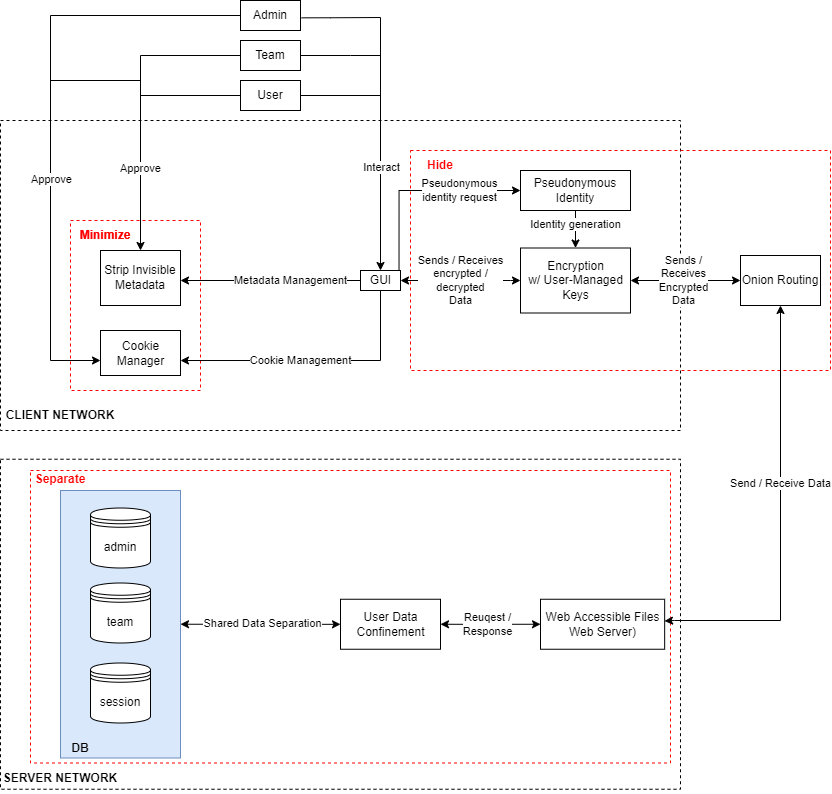
The draw.io diagram Architectural_Requirements_Data_oriented.drawio.png in claudialorusso/CivicSense, before a commit. Source tidied: cells renumbered, new cells last; positions are measured from the earlier drawing's top-left corner, leaving out a move shared by most shapes. Source of this version:
```xml
<mxGraphModel>
  <root>
    <mxCell id="0" />
    <mxCell id="1" parent="0" />
    <mxCell id="2" style="horizontal=0;dashed=1;fontColor=#000000;strokeColor=#000000;fillColor=default;" parent="1" vertex="1">
      <mxGeometry y="458.8" width="680" height="330" as="geometry" />
    </mxCell>
    <mxCell id="3" style="rounded=0;whiteSpace=wrap;html=1;fillColor=none;dashed=1;strokeColor=#FF0000;" parent="1" vertex="1">
      <mxGeometry x="30" y="470" width="640" height="292.5" as="geometry" />
    </mxCell>
    <mxCell id="4" style="rounded=0;whiteSpace=wrap;html=1;strokeColor=#6c8ebf;fillColor=#dae8fc;" parent="1" vertex="1">
      <mxGeometry x="60" y="490" width="120" height="267.5" as="geometry" />
    </mxCell>
    <mxCell id="5" style="horizontal=0;dashed=1;fontColor=#000000;strokeColor=#000000;fillColor=default;" parent="1" vertex="1">
      <mxGeometry y="120" width="680" height="310" as="geometry" />
    </mxCell>
    <mxCell id="6" style="rounded=0;whiteSpace=wrap;html=1;fillColor=none;dashed=1;strokeColor=#FF0000;" parent="1" vertex="1">
      <mxGeometry x="70" y="220" width="130" height="170" as="geometry" />
    </mxCell>
    <mxCell id="7" style="rounded=0;whiteSpace=wrap;html=1;fillColor=none;dashed=1;strokeColor=#FF0000;" parent="1" vertex="1">
      <mxGeometry x="410" y="150" width="420" height="220" as="geometry" />
    </mxCell>
    <mxCell id="8" style="edgeStyle=orthogonalEdgeStyle;rounded=0;jettySize=auto;html=1;" parent="1" edge="1" source="14">
      <mxGeometry relative="1" as="geometry">
        <mxPoint x="180" y="280" as="targetPoint" />
        <Array as="points">
          <mxPoint x="180" y="280" />
        </Array>
      </mxGeometry>
    </mxCell>
    <mxCell id="9" value="Metadata Management" style="edgeLabel;html=1;align=center;verticalAlign=middle;" parent="8" vertex="1">
      <mxGeometry x="-0.35" relative="1" as="geometry">
        <mxPoint x="-12" as="offset" />
      </mxGeometry>
    </mxCell>
    <mxCell id="10" style="edgeStyle=orthogonalEdgeStyle;rounded=0;jettySize=auto;html=1;fontColor=#000000;endArrow=classic;endFill=1;startSize=6;endSize=6;startArrow=classic;startFill=1;exitX=1;exitY=0.5;exitDx=0;exitDy=0;entryX=0;entryY=0.5;entryDx=0;entryDy=0;" parent="1" edge="1" source="14" target="16">
      <mxGeometry relative="1" as="geometry">
        <Array as="points">
          <mxPoint x="510" y="280" />
          <mxPoint x="510" y="280" />
        </Array>
      </mxGeometry>
    </mxCell>
    <mxCell id="11" value="Sends / Receives&lt;br&gt;encrypted /&lt;br&gt;decrypted&lt;br&gt;Data" style="edgeLabel;html=1;align=center;verticalAlign=middle;fontColor=#000000;" parent="10" vertex="1">
      <mxGeometry x="-0.15" y="1" relative="1" as="geometry">
        <mxPoint x="9" y="1" as="offset" />
      </mxGeometry>
    </mxCell>
    <mxCell id="12" style="edgeStyle=orthogonalEdgeStyle;rounded=0;jettySize=auto;html=1;fontColor=#000000;startArrow=none;startFill=0;endArrow=classic;endFill=1;startSize=6;endSize=6;entryX=1;entryY=0.667;entryDx=0;entryDy=0;entryPerimeter=0;" parent="1" edge="1" source="14" target="15">
      <mxGeometry relative="1" as="geometry">
        <Array as="points">
          <mxPoint x="380" y="360" />
        </Array>
      </mxGeometry>
    </mxCell>
    <mxCell id="13" value="Cookie Management" style="edgeLabel;html=1;align=center;verticalAlign=middle;fontColor=#000000;" parent="12" vertex="1">
      <mxGeometry x="0.23" relative="1" as="geometry">
        <mxPoint x="15" as="offset" />
      </mxGeometry>
    </mxCell>
    <mxCell id="14" value="GUI" style="html=1;" parent="1" vertex="1">
      <mxGeometry x="360" y="270" width="40" height="20" as="geometry" />
    </mxCell>
    <mxCell id="15" value="Cookie&lt;br&gt;Manager" style="html=1;" parent="1" vertex="1">
      <mxGeometry x="100" y="330" width="80" height="45" as="geometry" />
    </mxCell>
    <mxCell id="16" value="Encryption&lt;br&gt;w/ User-Managed&lt;br&gt;Keys" style="html=1;" parent="1" vertex="1">
      <mxGeometry x="520" y="247.5" width="110" height="65" as="geometry" />
    </mxCell>
    <mxCell id="17" style="edgeStyle=orthogonalEdgeStyle;rounded=0;jettySize=auto;html=1;fontColor=#000000;startArrow=classic;startFill=1;endArrow=classic;endFill=1;startSize=6;endSize=6;" parent="1" edge="1" source="19" target="4">
      <mxGeometry relative="1" as="geometry" />
    </mxCell>
    <mxCell id="18" value="Shared Data Separation" style="edgeLabel;html=1;align=center;verticalAlign=middle;fontColor=#000000;" parent="17" vertex="1">
      <mxGeometry x="0.39" y="1" relative="1" as="geometry">
        <mxPoint x="32" y="-2" as="offset" />
      </mxGeometry>
    </mxCell>
    <mxCell id="19" value="User Data&lt;br&gt;Confinement" style="html=1;" parent="1" vertex="1">
      <mxGeometry x="340" y="598.8" width="100" height="50" as="geometry" />
    </mxCell>
    <mxCell id="20" value="Strip Invisible Metadata" style="rounded=0;whiteSpace=wrap;html=1;" parent="1" vertex="1">
      <mxGeometry x="100" y="250" width="80" height="55" as="geometry" />
    </mxCell>
    <mxCell id="21" style="edgeStyle=orthogonalEdgeStyle;rounded=0;jettySize=auto;html=1;fontColor=#FF0000;endArrow=none;endFill=0;" parent="1" edge="1" source="23">
      <mxGeometry relative="1" as="geometry">
        <mxPoint x="380" y="95" as="targetPoint" />
        <Array as="points">
          <mxPoint x="380" y="95" />
        </Array>
      </mxGeometry>
    </mxCell>
    <mxCell id="22" style="edgeStyle=orthogonalEdgeStyle;rounded=0;jettySize=auto;html=1;fontColor=#FF0000;endArrow=none;endFill=0;startSize=6;endSize=6;" parent="1" edge="1" source="23">
      <mxGeometry relative="1" as="geometry">
        <mxPoint x="140" y="100" as="targetPoint" />
        <Array as="points">
          <mxPoint x="140" y="95" />
        </Array>
      </mxGeometry>
    </mxCell>
    <mxCell id="23" value="User" style="rounded=0;whiteSpace=wrap;html=1;" parent="1" vertex="1">
      <mxGeometry x="240" y="80" width="60" height="30" as="geometry" />
    </mxCell>
    <mxCell id="24" style="edgeStyle=orthogonalEdgeStyle;rounded=0;jettySize=auto;html=1;fontColor=#FF0000;endArrow=classic;endFill=1;entryX=0.5;entryY=0;entryDx=0;entryDy=0;exitX=1.018;exitY=0.578;exitDx=0;exitDy=0;exitPerimeter=0;" parent="1" edge="1" source="27" target="14">
      <mxGeometry relative="1" as="geometry">
        <Array as="points">
          <mxPoint x="330" y="17" />
          <mxPoint x="380" y="17" />
        </Array>
      </mxGeometry>
    </mxCell>
    <mxCell id="25" value="Interact" style="edgeLabel;html=1;align=center;verticalAlign=middle;fontColor=#000000;" parent="24" vertex="1">
      <mxGeometry x="0.37" y="1" relative="1" as="geometry" />
    </mxCell>
    <mxCell id="26" style="edgeStyle=orthogonalEdgeStyle;rounded=0;jettySize=auto;html=1;fontColor=#FF0000;endArrow=none;endFill=0;startSize=6;endSize=6;" parent="1" edge="1" source="27">
      <mxGeometry relative="1" as="geometry">
        <mxPoint x="50" y="180" as="targetPoint" />
      </mxGeometry>
    </mxCell>
    <mxCell id="27" value="Admin" style="rounded=0;whiteSpace=wrap;html=1;" parent="1" vertex="1">
      <mxGeometry x="240" width="60" height="30" as="geometry" />
    </mxCell>
    <mxCell id="28" style="edgeStyle=orthogonalEdgeStyle;rounded=0;jettySize=auto;html=1;exitX=0;exitY=0.5;exitDx=0;exitDy=0;" parent="1" edge="1" source="31">
      <mxGeometry relative="1" as="geometry">
        <mxPoint x="140" y="250" as="targetPoint" />
        <Array as="points">
          <mxPoint x="140" y="55" />
        </Array>
      </mxGeometry>
    </mxCell>
    <mxCell id="29" value="Approve" style="edgeLabel;html=1;align=center;verticalAlign=middle;" parent="28" vertex="1">
      <mxGeometry x="0.3" relative="1" as="geometry">
        <mxPoint y="20" as="offset" />
      </mxGeometry>
    </mxCell>
    <mxCell id="30" style="edgeStyle=orthogonalEdgeStyle;rounded=0;jettySize=auto;html=1;exitX=1;exitY=0.5;exitDx=0;exitDy=0;fontColor=#FF0000;endArrow=none;endFill=0;" parent="1" edge="1" source="31">
      <mxGeometry relative="1" as="geometry">
        <mxPoint x="380" y="55" as="targetPoint" />
        <Array as="points">
          <mxPoint x="350" y="55" />
          <mxPoint x="350" y="55" />
        </Array>
      </mxGeometry>
    </mxCell>
    <mxCell id="31" value="Team" style="rounded=0;whiteSpace=wrap;html=1;" parent="1" vertex="1">
      <mxGeometry x="240" y="40" width="60" height="30" as="geometry" />
    </mxCell>
    <mxCell id="32" style="edgeStyle=elbowEdgeStyle;rounded=0;orthogonalLoop=1;jettySize=auto;html=1;entryX=0;entryY=0.5;entryDx=0;entryDy=0;" parent="1" edge="1" source="23" target="23">
      <mxGeometry relative="1" as="geometry" />
    </mxCell>
    <mxCell id="33" style="endArrow=classic;html=1;rounded=0;" parent="1" edge="1">
      <mxGeometry relative="1" as="geometry">
        <mxPoint x="50" y="360" as="sourcePoint" />
        <mxPoint x="100" y="360" as="targetPoint" />
      </mxGeometry>
    </mxCell>
    <mxCell id="34" style="endArrow=none;html=1;rounded=0;" parent="1" edge="1">
      <mxGeometry relative="1" as="geometry">
        <mxPoint x="50" y="360" as="sourcePoint" />
        <mxPoint x="50" y="160" as="targetPoint" />
      </mxGeometry>
    </mxCell>
    <mxCell id="35" value="&lt;font color=&quot;#000000&quot;&gt;Approve&lt;/font&gt;" style="edgeLabel;html=1;align=center;verticalAlign=middle;fontColor=#FF0000;" parent="34" vertex="1">
      <mxGeometry x="0.82" y="-1" relative="1" as="geometry" />
    </mxCell>
    <mxCell id="36" style="endArrow=none;html=1;rounded=0;" parent="1" edge="1">
      <mxGeometry relative="1" as="geometry">
        <mxPoint x="50" y="80" as="sourcePoint" />
        <mxPoint x="140" y="80" as="targetPoint" />
      </mxGeometry>
    </mxCell>
    <mxCell id="37" value="&lt;b&gt;&lt;font color=&quot;#ff0000&quot;&gt;Minimize&lt;/font&gt;&lt;/b&gt;" style="text;html=1;strokeColor=none;fillColor=none;align=center;verticalAlign=middle;whiteSpace=wrap;rounded=0;dashed=1;" parent="1" vertex="1">
      <mxGeometry x="75" y="220" width="60" height="30" as="geometry" />
    </mxCell>
    <mxCell id="38" style="edgeStyle=orthogonalEdgeStyle;rounded=0;jettySize=auto;html=1;fontColor=#000000;startArrow=classic;startFill=1;endArrow=classic;endFill=1;startSize=6;endSize=6;entryX=0.999;entryY=0.435;entryDx=0;entryDy=0;entryPerimeter=0;" parent="1" edge="1" source="40" target="56">
      <mxGeometry relative="1" as="geometry">
        <Array as="points">
          <mxPoint x="780" y="620" />
          <mxPoint x="674" y="620" />
        </Array>
      </mxGeometry>
    </mxCell>
    <mxCell id="39" value="Send / Receive Data" style="edgeLabel;html=1;align=center;verticalAlign=middle;fontColor=#000000;" parent="38" vertex="1">
      <mxGeometry x="-0.18" relative="1" as="geometry" />
    </mxCell>
    <mxCell id="40" value="Onion Routing" style="rounded=0;whiteSpace=wrap;html=1;fontColor=#000000;strokeColor=#000000;fillColor=default;" parent="1" vertex="1">
      <mxGeometry x="740" y="255" width="80" height="50" as="geometry" />
    </mxCell>
    <mxCell id="41" style="edgeStyle=orthogonalEdgeStyle;rounded=0;jettySize=auto;html=1;fontColor=#000000;startArrow=classic;startFill=1;endArrow=none;endFill=0;startSize=6;endSize=6;entryX=0.963;entryY=-0.036;entryDx=0;entryDy=0;entryPerimeter=0;" parent="1" edge="1" source="45" target="14">
      <mxGeometry relative="1" as="geometry" />
    </mxCell>
    <mxCell id="42" value="Pseudonymous&lt;br&gt;identity request" style="edgeLabel;html=1;align=center;verticalAlign=middle;fontColor=#000000;" parent="41" vertex="1">
      <mxGeometry x="-0.92" y="-1" relative="1" as="geometry">
        <mxPoint x="-53" y="1" as="offset" />
      </mxGeometry>
    </mxCell>
    <mxCell id="43" style="edgeStyle=orthogonalEdgeStyle;rounded=0;jettySize=auto;html=1;entryX=0.5;entryY=0;entryDx=0;entryDy=0;fontColor=#000000;startArrow=none;startFill=0;endArrow=classic;endFill=1;startSize=6;endSize=6;" parent="1" edge="1" source="45" target="16">
      <mxGeometry relative="1" as="geometry" />
    </mxCell>
    <mxCell id="44" value="Identity generation" style="edgeLabel;html=1;align=center;verticalAlign=middle;fontColor=#000000;" parent="43" vertex="1">
      <mxGeometry x="-0.81" y="1" relative="1" as="geometry">
        <mxPoint x="-1" y="10" as="offset" />
      </mxGeometry>
    </mxCell>
    <mxCell id="45" value="Pseudonymous&lt;br&gt;Identity" style="rounded=0;whiteSpace=wrap;html=1;fontColor=#000000;strokeColor=#000000;fillColor=default;" parent="1" vertex="1">
      <mxGeometry x="520" y="170" width="110" height="40" as="geometry" />
    </mxCell>
    <mxCell id="46" style="edgeStyle=orthogonalEdgeStyle;rounded=0;jettySize=auto;html=1;fontColor=#000000;endArrow=classic;endFill=1;startSize=6;endSize=6;startArrow=classic;startFill=1;exitX=1;exitY=0.5;exitDx=0;exitDy=0;entryX=0;entryY=0.5;entryDx=0;entryDy=0;" parent="1" edge="1" source="16" target="40">
      <mxGeometry relative="1" as="geometry" />
    </mxCell>
    <mxCell id="47" value="Sends /&lt;br&gt;Receives&lt;br&gt;Encrypted&lt;br&gt;Data" style="edgeLabel;html=1;align=center;verticalAlign=middle;fontColor=#000000;" parent="46" vertex="1">
      <mxGeometry x="-0.15" y="1" relative="1" as="geometry">
        <mxPoint x="6" y="1" as="offset" />
      </mxGeometry>
    </mxCell>
    <mxCell id="48" value="session" style="shape=datastore;whiteSpace=wrap;html=1;fontColor=#000000;strokeColor=#000000;fillColor=default;" parent="1" vertex="1">
      <mxGeometry x="90" y="662.5" width="60" height="60" as="geometry" />
    </mxCell>
    <mxCell id="49" value="team" style="shape=datastore;whiteSpace=wrap;html=1;fontColor=#000000;strokeColor=#000000;fillColor=default;" parent="1" vertex="1">
      <mxGeometry x="90" y="582.5" width="60" height="60" as="geometry" />
    </mxCell>
    <mxCell id="50" value="admin" style="shape=datastore;whiteSpace=wrap;html=1;fontColor=#000000;strokeColor=#000000;fillColor=default;" parent="1" vertex="1">
      <mxGeometry x="90" y="507.5" width="60" height="60" as="geometry" />
    </mxCell>
    <mxCell id="51" value="&lt;b&gt;&lt;font color=&quot;#ff0000&quot;&gt;Hide&lt;/font&gt;&lt;/b&gt;" style="text;html=1;strokeColor=none;fillColor=none;align=center;verticalAlign=middle;whiteSpace=wrap;rounded=0;fontColor=#000000;" parent="1" vertex="1">
      <mxGeometry x="410" y="150" width="60" height="30" as="geometry" />
    </mxCell>
    <mxCell id="52" value="&lt;b&gt;CLIENT NETWORK&lt;/b&gt;" style="text;html=1;strokeColor=none;fillColor=none;align=center;verticalAlign=middle;whiteSpace=wrap;rounded=0;dashed=1;fontColor=#000000;" parent="1" vertex="1">
      <mxGeometry y="400" width="120" height="30" as="geometry" />
    </mxCell>
    <mxCell id="53" value="&lt;b&gt;DB&lt;/b&gt;" style="text;html=1;strokeColor=none;fillColor=none;align=center;verticalAlign=middle;whiteSpace=wrap;rounded=0;fontColor=#000000;" parent="1" vertex="1">
      <mxGeometry x="50" y="732.5" width="60" height="30" as="geometry" />
    </mxCell>
    <mxCell id="54" style="edgeStyle=orthogonalEdgeStyle;rounded=0;jettySize=auto;html=1;fontColor=#000000;startArrow=classic;startFill=1;endArrow=classic;endFill=1;startSize=6;endSize=6;exitX=0;exitY=0.5;exitDx=0;exitDy=0;entryX=1;entryY=0.5;entryDx=0;entryDy=0;" parent="1" edge="1" source="56" target="19">
      <mxGeometry relative="1" as="geometry">
        <Array as="points">
          <mxPoint x="470" y="624" />
        </Array>
      </mxGeometry>
    </mxCell>
    <mxCell id="55" value="Reuqest /&lt;br&gt;Response" style="edgeLabel;html=1;align=center;verticalAlign=middle;fontColor=#000000;" parent="54" vertex="1">
      <mxGeometry x="0.22" relative="1" as="geometry">
        <mxPoint x="7" as="offset" />
      </mxGeometry>
    </mxCell>
    <mxCell id="56" value="Web Accessible Files&lt;br&gt;Web Server)" style="html=1;" parent="1" vertex="1">
      <mxGeometry x="540" y="598.8" width="124.2" height="50" as="geometry" />
    </mxCell>
    <mxCell id="57" value="&lt;b&gt;SERVER NETWORK&lt;/b&gt;" style="text;html=1;strokeColor=none;fillColor=none;align=center;verticalAlign=middle;whiteSpace=wrap;rounded=0;dashed=1;fontColor=#000000;" parent="1" vertex="1">
      <mxGeometry y="762.5" width="120" height="30" as="geometry" />
    </mxCell>
    <mxCell id="58" value="&lt;b&gt;&lt;font color=&quot;#ff0000&quot;&gt;Minimize&lt;/font&gt;&lt;/b&gt;" style="text;html=1;strokeColor=none;fillColor=none;align=center;verticalAlign=middle;whiteSpace=wrap;rounded=0;dashed=1;" parent="1" vertex="1">
      <mxGeometry x="75" y="220" width="60" height="30" as="geometry" />
    </mxCell>
    <mxCell id="59" value="&lt;b&gt;&lt;font color=&quot;#ff0000&quot;&gt;Separate&lt;/font&gt;&lt;/b&gt;" style="text;html=1;strokeColor=none;fillColor=none;align=center;verticalAlign=middle;whiteSpace=wrap;rounded=0;dashed=1;" parent="1" vertex="1">
      <mxGeometry x="30" y="464" width="60" height="30" as="geometry" />
    </mxCell>
  </root>
</mxGraphModel>
```
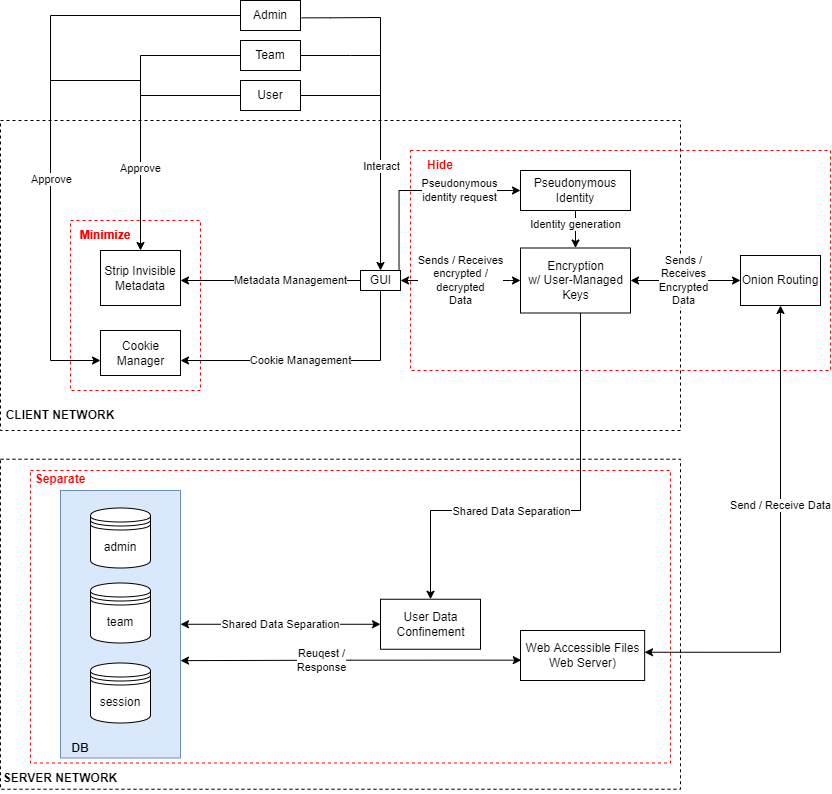
The same diagram one commit later.

The edit, as a diff of the source:
```diff
@@ -64,19 +64,32 @@
     <mxCell id="15" value="Cookie&lt;br&gt;Manager" style="html=1;" parent="1" vertex="1">
       <mxGeometry x="100" y="330" width="80" height="45" as="geometry" />
     </mxCell>
+    <mxCell id="60" style="edgeStyle=orthogonalEdgeStyle;rounded=0;jettySize=auto;html=1;fontColor=#000000;startArrow=none;startFill=0;endArrow=classic;endFill=1;startSize=6;endSize=6;" parent="1" edge="1" source="16" target="19">
+      <mxGeometry relative="1" as="geometry">
+        <Array as="points">
+          <mxPoint x="580" y="510" />
+          <mxPoint x="430" y="510" />
+        </Array>
+      </mxGeometry>
+    </mxCell>
+    <mxCell id="61" value="Shared Data Separation" style="edgeLabel;html=1;align=center;verticalAlign=middle;fontColor=#000000;" parent="60" vertex="1">
+      <mxGeometry x="0.36" y="1" relative="1" as="geometry">
+        <mxPoint x="30" as="offset" />
+      </mxGeometry>
+    </mxCell>
     <mxCell id="16" value="Encryption&lt;br&gt;w/ User-Managed&lt;br&gt;Keys" style="html=1;" parent="1" vertex="1">
       <mxGeometry x="520" y="247.5" width="110" height="65" as="geometry" />
     </mxCell>
     <mxCell id="17" style="edgeStyle=orthogonalEdgeStyle;rounded=0;jettySize=auto;html=1;fontColor=#000000;startArrow=classic;startFill=1;endArrow=classic;endFill=1;startSize=6;endSize=6;" parent="1" edge="1" source="19" target="4">
       <mxGeometry relative="1" as="geometry" />
     </mxCell>
-    <mxCell id="18" value="Shared Data Separation" style="edgeLabel;html=1;align=center;verticalAlign=middle;fontColor=#000000;" parent="17" vertex="1">
-      <mxGeometry x="0.39" y="1" relative="1" as="geometry">
-        <mxPoint x="32" y="-2" as="offset" />
-      </mxGeometry>
-    </mxCell>
+    <mxCell id="62" value="Shared Data Separation" style="edgeLabel;html=1;align=center;verticalAlign=middle;fontColor=#000000;" parent="17" vertex="1">
+      <mxGeometry x="0.18" y="1" relative="1" as="geometry">
+        <mxPoint x="18" y="-1" as="offset" />
+      </mxGeometry>
+    </mxCell>
     <mxCell id="19" value="User Data&lt;br&gt;Confinement" style="html=1;" parent="1" vertex="1">
-      <mxGeometry x="340" y="598.8" width="100" height="50" as="geometry" />
+      <mxGeometry x="380" y="598.8" width="100" height="50" as="geometry" />
     </mxCell>
     <mxCell id="20" value="Strip Invisible Metadata" style="rounded=0;whiteSpace=wrap;html=1;" parent="1" vertex="1">
       <mxGeometry x="100" y="250" width="80" height="55" as="geometry" />
@@ -174,8 +187,7 @@
     <mxCell id="38" style="edgeStyle=orthogonalEdgeStyle;rounded=0;jettySize=auto;html=1;fontColor=#000000;startArrow=classic;startFill=1;endArrow=classic;endFill=1;startSize=6;endSize=6;entryX=0.999;entryY=0.435;entryDx=0;entryDy=0;entryPerimeter=0;" parent="1" edge="1" source="40" target="56">
       <mxGeometry relative="1" as="geometry">
         <Array as="points">
-          <mxPoint x="780" y="620" />
-          <mxPoint x="674" y="620" />
+          <mxPoint x="780" y="652" />
         </Array>
       </mxGeometry>
     </mxCell>
@@ -230,12 +242,8 @@
     <mxCell id="53" value="&lt;b&gt;DB&lt;/b&gt;" style="text;html=1;strokeColor=none;fillColor=none;align=center;verticalAlign=middle;whiteSpace=wrap;rounded=0;fontColor=#000000;" parent="1" vertex="1">
       <mxGeometry x="50" y="732.5" width="60" height="30" as="geometry" />
     </mxCell>
-    <mxCell id="54" style="edgeStyle=orthogonalEdgeStyle;rounded=0;jettySize=auto;html=1;fontColor=#000000;startArrow=classic;startFill=1;endArrow=classic;endFill=1;startSize=6;endSize=6;exitX=0;exitY=0.5;exitDx=0;exitDy=0;entryX=1;entryY=0.5;entryDx=0;entryDy=0;" parent="1" edge="1" source="56" target="19">
-      <mxGeometry relative="1" as="geometry">
-        <Array as="points">
-          <mxPoint x="470" y="624" />
-        </Array>
-      </mxGeometry>
+    <mxCell id="54" style="edgeStyle=orthogonalEdgeStyle;rounded=0;jettySize=auto;html=1;fontColor=#000000;startArrow=classic;startFill=1;endArrow=classic;endFill=1;startSize=6;endSize=6;exitX=0.006;exitY=0.593;exitDx=0;exitDy=0;entryX=1;entryY=0.636;entryDx=0;entryDy=0;entryPerimeter=0;exitPerimeter=0;" parent="1" edge="1" source="56" target="4">
+      <mxGeometry relative="1" as="geometry" />
     </mxCell>
     <mxCell id="55" value="Reuqest /&lt;br&gt;Response" style="edgeLabel;html=1;align=center;verticalAlign=middle;fontColor=#000000;" parent="54" vertex="1">
       <mxGeometry x="0.22" relative="1" as="geometry">
@@ -243,7 +251,7 @@
       </mxGeometry>
     </mxCell>
     <mxCell id="56" value="Web Accessible Files&lt;br&gt;Web Server)" style="html=1;" parent="1" vertex="1">
-      <mxGeometry x="540" y="598.8" width="124.2" height="50" as="geometry" />
+      <mxGeometry x="520" y="630" width="124.2" height="50" as="geometry" />
     </mxCell>
     <mxCell id="57" value="&lt;b&gt;SERVER NETWORK&lt;/b&gt;" style="text;html=1;strokeColor=none;fillColor=none;align=center;verticalAlign=middle;whiteSpace=wrap;rounded=0;dashed=1;fontColor=#000000;" parent="1" vertex="1">
       <mxGeometry y="762.5" width="120" height="30" as="geometry" />
```
